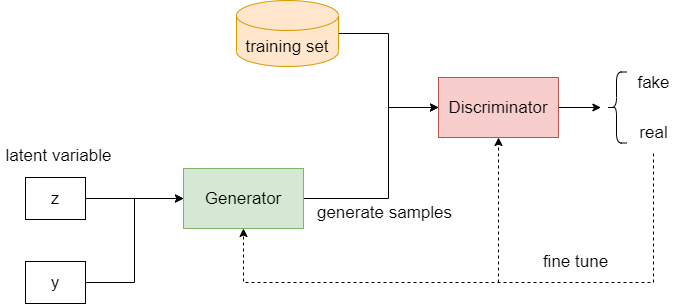
Before: gan.drawio.png, a diagram exported from draw.io (lakomi/pictures). Source tidied: cells renumbered, new cells last; positions are measured from the earlier drawing's top-left corner, leaving out a move shared by most shapes.
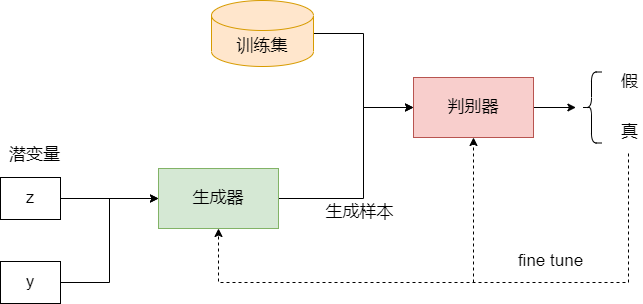
Later version of the same file.

Change to the diagram source:
```diff
@@ -10,7 +10,7 @@
         </Array>
       </mxGeometry>
     </mxCell>
-    <mxCell id="3" value="Generator" style="rounded=0;whiteSpace=wrap;html=1;fillColor=#d5e8d4;strokeColor=#82b366;fontSize=17;" parent="1" vertex="1">
+    <mxCell id="3" value="生成器" style="rounded=0;whiteSpace=wrap;html=1;fillColor=#d5e8d4;strokeColor=#82b366;fontSize=17;" parent="1" vertex="1">
       <mxGeometry x="183" y="168" width="120" height="60" as="geometry" />
     </mxCell>
     <mxCell id="4" style="edgeStyle=orthogonalEdgeStyle;rounded=0;jettySize=auto;html=1;exitX=1;exitY=0.5;exitDx=0;exitDy=0;" parent="1" edge="1" source="5">
@@ -18,13 +18,13 @@
         <mxPoint x="600.4" y="107" as="targetPoint" />
       </mxGeometry>
     </mxCell>
-    <mxCell id="5" value="Discriminator" style="rounded=0;whiteSpace=wrap;html=1;fillColor=#f8cecc;strokeColor=#b85450;fontSize=17;" parent="1" vertex="1">
+    <mxCell id="5" value="判别器" style="rounded=0;whiteSpace=wrap;html=1;fillColor=#f8cecc;strokeColor=#b85450;fontSize=17;" parent="1" vertex="1">
       <mxGeometry x="438" y="77" width="120" height="60" as="geometry" />
     </mxCell>
     <mxCell id="6" style="edgeStyle=orthogonalEdgeStyle;rounded=0;jettySize=auto;html=1;exitX=1;exitY=0.5;exitDx=0;exitDy=0;exitPerimeter=0;entryX=0;entryY=0.5;entryDx=0;entryDy=0;" parent="1" edge="1" source="7" target="5">
       <mxGeometry relative="1" as="geometry" />
     </mxCell>
-    <mxCell id="7" value="training set" style="shape=cylinder3;whiteSpace=wrap;html=1;boundedLbl=1;backgroundOutline=1;size=15;fillColor=#ffe6cc;strokeColor=#d79b00;fontSize=17;" parent="1" vertex="1">
+    <mxCell id="7" value="训练集" style="shape=cylinder3;whiteSpace=wrap;html=1;boundedLbl=1;backgroundOutline=1;size=15;fillColor=#ffe6cc;strokeColor=#d79b00;fontSize=17;" parent="1" vertex="1">
       <mxGeometry x="236" width="102" height="66" as="geometry" />
     </mxCell>
     <mxCell id="8" style="edgeStyle=orthogonalEdgeStyle;rounded=0;jettySize=auto;html=1;exitX=1;exitY=0.5;exitDx=0;exitDy=0;entryX=0;entryY=0.5;entryDx=0;entryDy=0;" parent="1" edge="1" source="9" target="3">
@@ -33,17 +33,17 @@
     <mxCell id="9" value="z" style="rounded=0;whiteSpace=wrap;html=1;fontSize=17;" parent="1" vertex="1">
       <mxGeometry x="25" y="177" width="60" height="42" as="geometry" />
     </mxCell>
-    <mxCell id="10" value="generate samples" style="text;html=1;align=center;verticalAlign=middle;strokeColor=none;fillColor=none;fontSize=17;" parent="1" vertex="1">
-      <mxGeometry x="311" y="200" width="145" height="24" as="geometry" />
+    <mxCell id="10" value="生成样本" style="text;html=1;align=center;verticalAlign=middle;strokeColor=none;fillColor=none;fontSize=17;" parent="1" vertex="1">
+      <mxGeometry x="345" y="200" width="78" height="24" as="geometry" />
     </mxCell>
     <mxCell id="11" style="shape=curlyBracket;whiteSpace=wrap;html=1;rounded=1;" parent="1" vertex="1">
       <mxGeometry x="606" y="71.5" width="20" height="71" as="geometry" />
     </mxCell>
-    <mxCell id="12" value="fake" style="text;html=1;align=center;verticalAlign=middle;strokeColor=none;fillColor=none;fontSize=17;" parent="1" vertex="1">
-      <mxGeometry x="632" y="70" width="42" height="24" as="geometry" />
+    <mxCell id="12" value="假" style="text;html=1;align=center;verticalAlign=middle;strokeColor=none;fillColor=none;fontSize=17;" parent="1" vertex="1">
+      <mxGeometry x="640" y="70" width="27" height="24" as="geometry" />
     </mxCell>
-    <mxCell id="13" value="real" style="text;html=1;align=center;verticalAlign=middle;strokeColor=none;fillColor=none;fontSize=17;" parent="1" vertex="1">
-      <mxGeometry x="634" y="120" width="38" height="24" as="geometry" />
+    <mxCell id="13" value="真" style="text;html=1;align=center;verticalAlign=middle;strokeColor=none;fillColor=none;fontSize=17;" parent="1" vertex="1">
+      <mxGeometry x="640" y="120" width="27" height="24" as="geometry" />
     </mxCell>
     <mxCell id="14" style="edgeStyle=elbowEdgeStyle;elbow=vertical;endArrow=classic;html=1;rounded=0;fontSize=20;entryX=0.5;entryY=1;entryDx=0;entryDy=0;dashed=1;" parent="1" edge="1" target="3">
       <mxGeometry relative="1" as="geometry">
@@ -61,8 +61,8 @@
     <mxCell id="16" value="fine tune" style="text;html=1;align=center;verticalAlign=middle;strokeColor=none;fillColor=none;fontSize=17;" parent="1" vertex="1">
       <mxGeometry x="537" y="249" width="76" height="24" as="geometry" />
     </mxCell>
-    <mxCell id="17" value="latent variable&lt;br style=&quot;font-size: 17px;&quot;&gt;" style="text;html=1;align=center;verticalAlign=middle;strokeColor=none;fillColor=none;fontSize=17;" parent="1" vertex="1">
-      <mxGeometry y="142.5" width="116" height="24" as="geometry" />
+    <mxCell id="17" value="潜变量" style="text;html=1;align=center;verticalAlign=middle;strokeColor=none;fillColor=none;fontSize=17;" parent="1" vertex="1">
+      <mxGeometry x="28" y="142.5" width="61" height="24" as="geometry" />
     </mxCell>
     <mxCell id="18" style="edgeStyle=orthogonalEdgeStyle;rounded=0;jettySize=auto;html=1;exitX=1;exitY=0.5;exitDx=0;exitDy=0;entryX=0;entryY=0.5;entryDx=0;entryDy=0;" parent="1" edge="1" source="19" target="3">
       <mxGeometry relative="1" as="geometry" />
```
